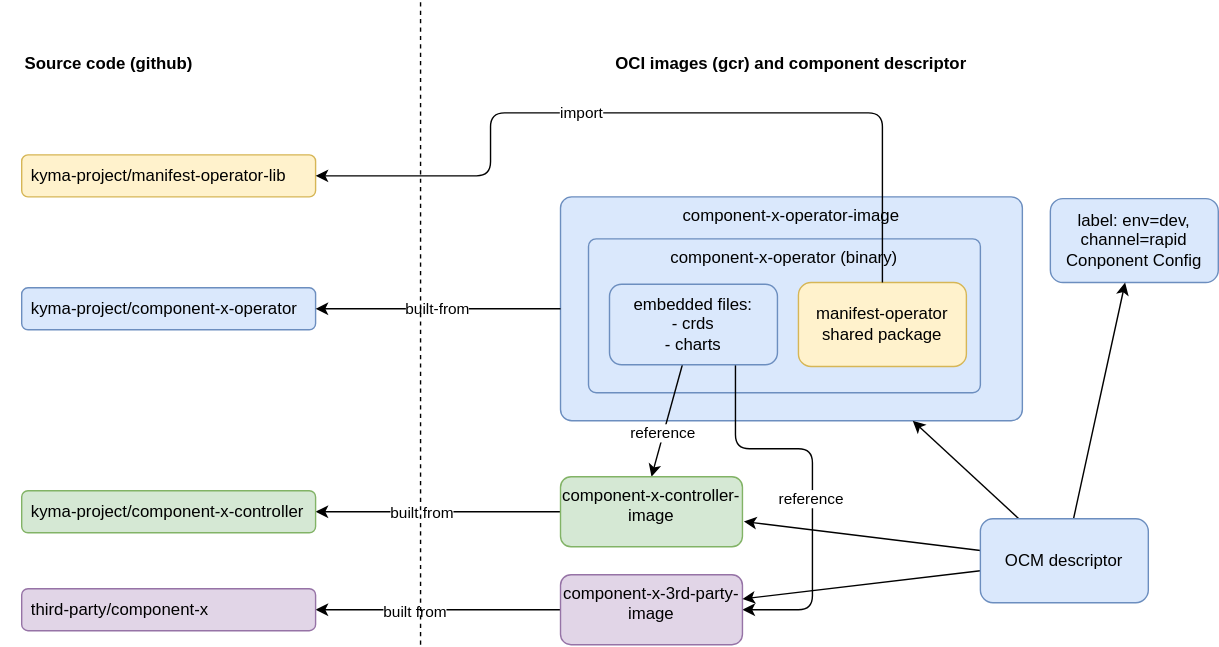
The draw.io diagram concepts/modularization/assets/modularization.drawio.svg in kyma-project/community, before a commit. Source tidied: cells renumbered, new cells last; positions are measured from the earlier drawing's top-left corner, leaving out a move shared by most shapes.
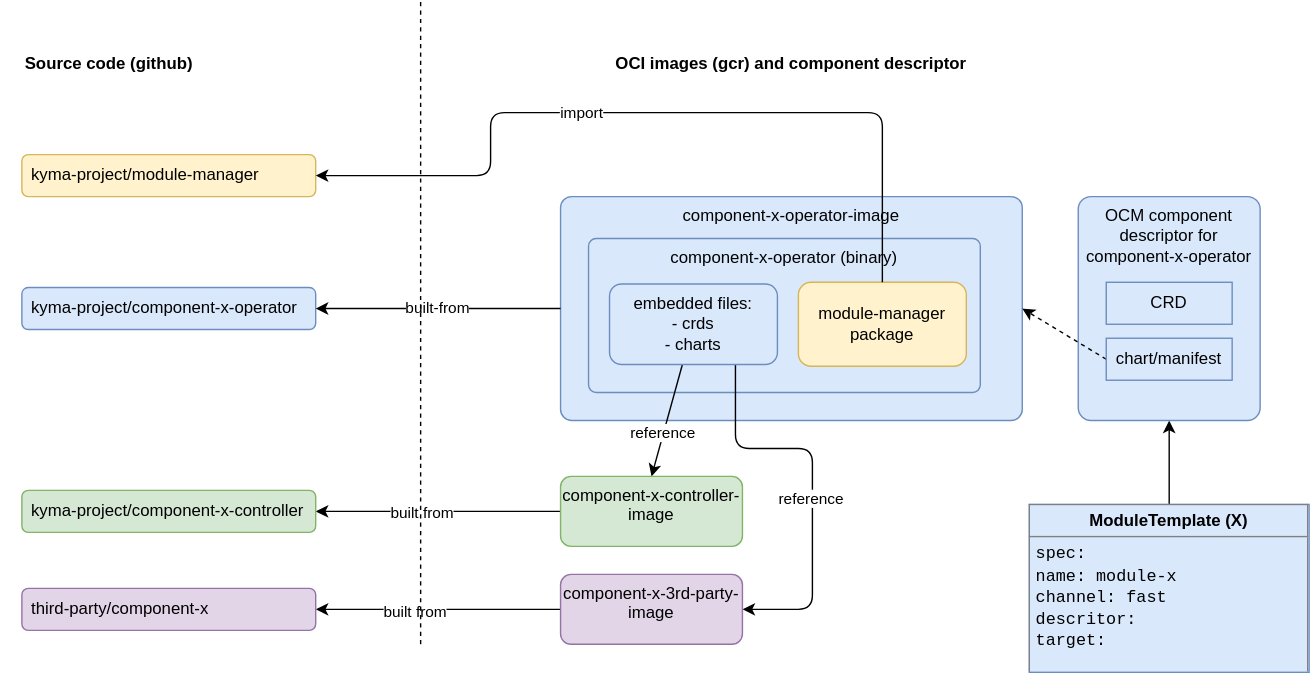
Later version of the same file.

Diff of the diagram source:
```diff
@@ -8,7 +8,7 @@
     <mxCell id="3" value="component-x-operator (binary)" style="rounded=1;whiteSpace=wrap;html=1;verticalAlign=top;arcSize=5;fillColor=#dae8fc;strokeColor=#6c8ebf;" parent="1" vertex="1">
       <mxGeometry x="420" y="170" width="280" height="110" as="geometry" />
     </mxCell>
-    <mxCell id="4" value="manifest-operator shared package" style="rounded=1;whiteSpace=wrap;html=1;fillColor=#fff2cc;strokeColor=#d6b656;" parent="1" vertex="1">
+    <mxCell id="4" value="module-manager package" style="rounded=1;whiteSpace=wrap;html=1;fillColor=#fff2cc;strokeColor=#d6b656;" parent="1" vertex="1">
       <mxGeometry x="570" y="201.2" width="120" height="60" as="geometry" />
     </mxCell>
     <mxCell id="5" style="edgeStyle=none;html=1;entryX=0.5;entryY=0;entryDx=0;entryDy=0;" parent="1" edge="1" source="9" target="15">
@@ -65,7 +65,7 @@
     <mxCell id="18" value="third-party/component-x" style="rounded=1;whiteSpace=wrap;html=1;align=left;fillColor=#e1d5e7;strokeColor=#9673a6;spacingLeft=5;" parent="1" vertex="1">
       <mxGeometry x="15" y="420" width="210" height="30" as="geometry" />
     </mxCell>
-    <mxCell id="19" value="kyma-project/manifest-operator-lib" style="rounded=1;whiteSpace=wrap;html=1;align=left;fillColor=#fff2cc;strokeColor=#d6b656;spacingLeft=5;" parent="1" vertex="1">
+    <mxCell id="19" value="kyma-project/module-manager" style="rounded=1;whiteSpace=wrap;html=1;align=left;fillColor=#fff2cc;strokeColor=#d6b656;spacingLeft=5;" parent="1" vertex="1">
       <mxGeometry x="15" y="110" width="210" height="30" as="geometry" />
     </mxCell>
     <mxCell id="20" style="edgeStyle=orthogonalEdgeStyle;html=1;exitX=0.5;exitY=0;exitDx=0;exitDy=0;entryX=1;entryY=0.5;entryDx=0;entryDy=0;" parent="1" edge="1" source="4" target="19">
@@ -95,23 +95,23 @@
         <mxPoint x="300" as="targetPoint" />
       </mxGeometry>
     </mxCell>
-    <mxCell id="26" value="label: env=dev, channel=rapid&lt;br&gt;Conponent Config" style="rounded=1;whiteSpace=wrap;html=1;fillColor=#dae8fc;strokeColor=#6c8ebf;" parent="1" vertex="1">
-      <mxGeometry x="750" y="141.2" width="120" height="60" as="geometry" />
-    </mxCell>
-    <mxCell id="27" style="edgeStyle=none;html=1;" parent="1" edge="1" source="31" target="2">
-      <mxGeometry relative="1" as="geometry" />
-    </mxCell>
-    <mxCell id="28" style="edgeStyle=none;html=1;" parent="1" edge="1" source="31" target="26">
-      <mxGeometry relative="1" as="geometry" />
-    </mxCell>
-    <mxCell id="29" style="edgeStyle=none;html=1;entryX=1.008;entryY=0.64;entryDx=0;entryDy=0;entryPerimeter=0;" parent="1" edge="1" source="31" target="15">
-      <mxGeometry relative="1" as="geometry" />
-    </mxCell>
-    <mxCell id="30" style="edgeStyle=none;html=1;" parent="1" edge="1" source="31" target="12">
-      <mxGeometry relative="1" as="geometry" />
-    </mxCell>
-    <mxCell id="31" value="OCM descriptor" style="rounded=1;whiteSpace=wrap;html=1;fillColor=#dae8fc;strokeColor=#6c8ebf;" parent="1" vertex="1">
-      <mxGeometry x="700" y="370" width="120" height="60" as="geometry" />
-    </mxCell>
+    <mxCell id="32" style="edgeStyle=none;html=1;entryX=0.5;entryY=1;entryDx=0;entryDy=0;" parent="1" edge="1" source="33" target="34">
+      <mxGeometry relative="1" as="geometry" />
+    </mxCell>
+    <mxCell id="33" value="&lt;table border=&quot;1&quot; width=&quot;100%&quot; cellpadding=&quot;4&quot; style=&quot;width: 100% ; height: 100% ; border-collapse: collapse&quot;&gt;&lt;tbody&gt;&lt;tr&gt;&lt;th align=&quot;center&quot;&gt;&lt;b&gt;ModuleTemplate (X)&lt;/b&gt;&lt;/th&gt;&lt;/tr&gt;&lt;tr&gt;&lt;td&gt;&lt;font face=&quot;Courier New&quot;&gt;spec:&lt;br&gt;&amp;nbsp; name: module-x&lt;br&gt;&amp;nbsp; channel: fast&lt;br&gt;&amp;nbsp; descritor:&lt;br&gt;&amp;nbsp; target:&amp;nbsp;&lt;br&gt;&lt;br&gt;&lt;/font&gt;&lt;/td&gt;&lt;/tr&gt;&lt;/tbody&gt;&lt;/table&gt;" style="text;html=1;strokeColor=#6c8ebf;fillColor=#dae8fc;overflow=fill;" parent="1" vertex="1">
+      <mxGeometry x="735" y="360" width="200" height="120" as="geometry" />
+    </mxCell>
+    <mxCell id="34" value="OCM component descriptor for component-x-operator" style="rounded=1;whiteSpace=wrap;html=1;arcSize=7;fillColor=#dae8fc;strokeColor=#6c8ebf;verticalAlign=top;" parent="1" vertex="1">
+      <mxGeometry x="770" y="140" width="130" height="160" as="geometry" />
+    </mxCell>
+    <mxCell id="35" value="CRD" style="rounded=0;whiteSpace=wrap;html=1;fillColor=#dae8fc;strokeColor=#6c8ebf;" parent="1" vertex="1">
+      <mxGeometry x="790" y="201.2" width="90" height="30" as="geometry" />
+    </mxCell>
+    <mxCell id="36" style="edgeStyle=none;html=1;entryX=1;entryY=0.5;entryDx=0;entryDy=0;dashed=1;exitX=0;exitY=0.5;exitDx=0;exitDy=0;" parent="1" edge="1" source="37" target="2">
+      <mxGeometry relative="1" as="geometry" />
+    </mxCell>
+    <mxCell id="37" value="&amp;nbsp;chart/manifest" style="rounded=0;whiteSpace=wrap;html=1;fillColor=#dae8fc;strokeColor=#6c8ebf;" parent="1" vertex="1">
+      <mxGeometry x="790" y="241.2" width="90" height="30" as="geometry" />
+    </mxCell>
   </root>
 </mxGraphModel>
```
